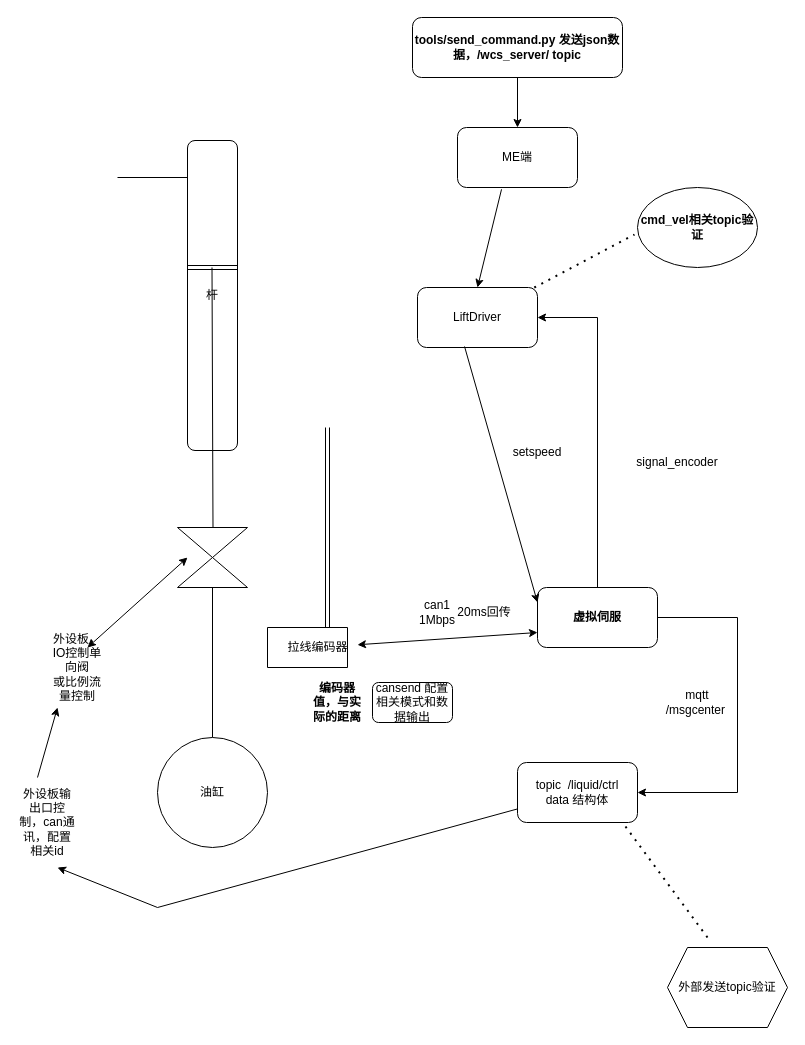
The draw.io diagram liquidControl.drawio in yyjqr/IMU, before the edit. Source tidied: cells renumbered, new cells numbered last; positions are measured from the earlier drawing's top-left corner, leaving out a move shared by most shapes. Both pictures are drawn from the tidied source at 100%, with x=0, y=0 at pixel (17, 17).
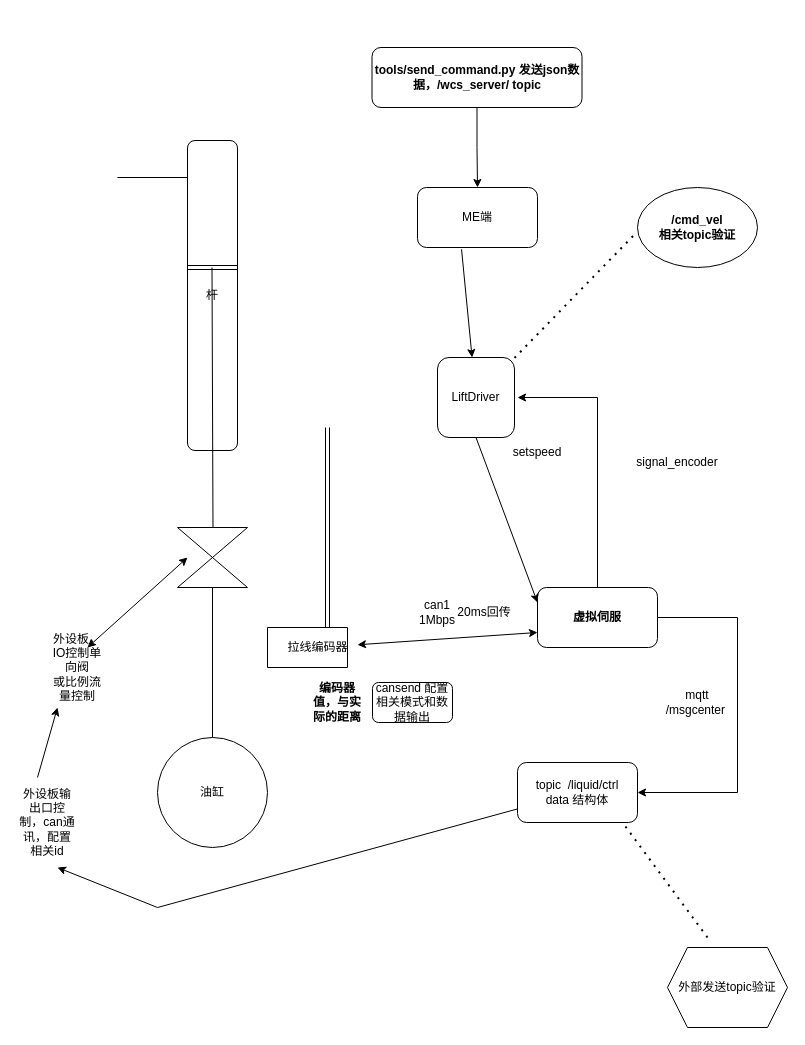
Above is the later version.

Unchanged cells that the change refers to:
```xml
<mxCell id="3" value="&lt;b&gt;虚拟伺服&lt;/b&gt;" style="rounded=1;whiteSpace=wrap;html=1;" parent="1" vertex="1">
  <mxGeometry x="520" y="570" width="120" height="60" as="geometry" />
</mxCell>
```

Change to the diagram source:
```diff
@@
-    <mxCell id="2" style="edgeStyle=orthogonalEdgeStyle;rounded=0;jettySize=auto;html=1;entryX=1;entryY=0.5;entryDx=0;entryDy=0;" parent="1" edge="1" source="3" target="27">
-      <mxGeometry relative="1" as="geometry">
-        <Array as="points">
-          <mxPoint x="580" y="300" />
-        </Array>
-      </mxGeometry>
-    </mxCell>
@@
     <mxCell id="15" value="ME端" style="rounded=1;whiteSpace=wrap;html=1;" parent="1" vertex="1">
-      <mxGeometry x="440" y="110" width="120" height="60" as="geometry" />
+      <mxGeometry x="400" y="170" width="120" height="60" as="geometry" />
     </mxCell>
@@
-    <mxCell id="27" value="LiftDriver" style="rounded=1;whiteSpace=wrap;html=1;" parent="1" vertex="1">
-      <mxGeometry x="400" y="270" width="120" height="60" as="geometry" />
+    <mxCell id="27" value="LiftDriver" style="rounded=1;whiteSpace=wrap;html=1;direction=south;" parent="1" vertex="1">
+      <mxGeometry x="420" y="340" width="77" height="80" as="geometry" />
     </mxCell>
-    <mxCell id="28" style="endArrow=classic;html=1;rounded=0;entryX=0;entryY=0.25;entryDx=0;entryDy=0;exitX=0.392;exitY=0.983;exitDx=0;exitDy=0;exitPerimeter=0;" parent="1" edge="1" source="27" target="3">
+    <mxCell id="28" style="endArrow=classic;html=1;rounded=0;entryX=0;entryY=0.25;entryDx=0;entryDy=0;exitX=1;exitY=0.5;exitDx=0;exitDy=0;" parent="1" edge="1" source="27" target="3">
       <mxGeometry relative="1" as="geometry" />
     </mxCell>
@@
-    <mxCell id="31" style="endArrow=classic;html=1;rounded=0;entryX=0.5;entryY=0;entryDx=0;entryDy=0;exitX=0.367;exitY=1.03;exitDx=0;exitDy=0;exitPerimeter=0;" parent="1" edge="1" source="15" target="27">
+    <mxCell id="31" style="endArrow=classic;html=1;rounded=0;exitX=0.367;exitY=1.03;exitDx=0;exitDy=0;exitPerimeter=0;" parent="1" edge="1" source="15" target="27">
       <mxGeometry relative="1" as="geometry" />
     </mxCell>
@@
-    <mxCell id="34" value="&lt;b&gt;cmd_vel相关topic验证&lt;/b&gt;" style="ellipse;whiteSpace=wrap;html=1;" parent="1" vertex="1">
+    <mxCell id="34" value="&lt;b&gt;/cmd_vel&lt;br&gt;相关topic验证&lt;/b&gt;" style="ellipse;whiteSpace=wrap;html=1;" parent="1" vertex="1">
       <mxGeometry x="620" y="170" width="120" height="80" as="geometry" />
     </mxCell>
@@
     <mxCell id="37" value="&lt;b&gt;tools/send_command.py 发送json数据，/wcs_server/ topic&lt;/b&gt;" style="rounded=1;whiteSpace=wrap;html=1;" parent="1" vertex="1">
-      <mxGeometry x="395" width="210" height="60" as="geometry" />
+      <mxGeometry x="354.5" y="30" width="210" height="60" as="geometry" />
     </mxCell>
@@
+    <mxCell id="39" style="endArrow=classic;html=1;rounded=0;exitX=0.5;exitY=0;exitDx=0;exitDy=0;" parent="1" edge="1" source="3">
+      <mxGeometry relative="1" as="geometry">
+        <mxPoint x="500" y="380" as="targetPoint" />
+        <Array as="points">
+          <mxPoint x="580" y="380" />
+        </Array>
+      </mxGeometry>
+    </mxCell>
```
